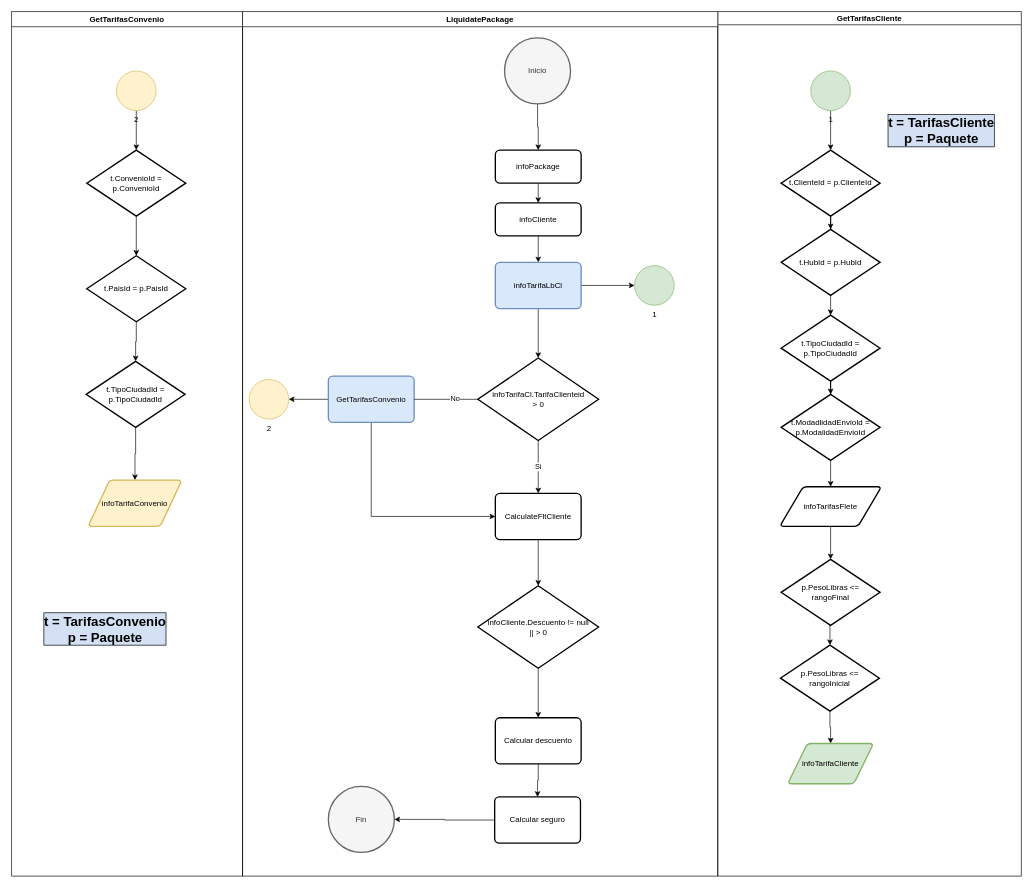
Above: LiquidatePackage.drawio in lleal24/W3School-HTML (draw.io), before the change. Source tidied: cells renumbered, new cells numbered last; positions are measured from the earlier drawing's top-left corner, leaving out a move shared by most shapes. Both pictures are drawn from the tidied source at 66%, with x=0, y=0 at pixel (11, 11).
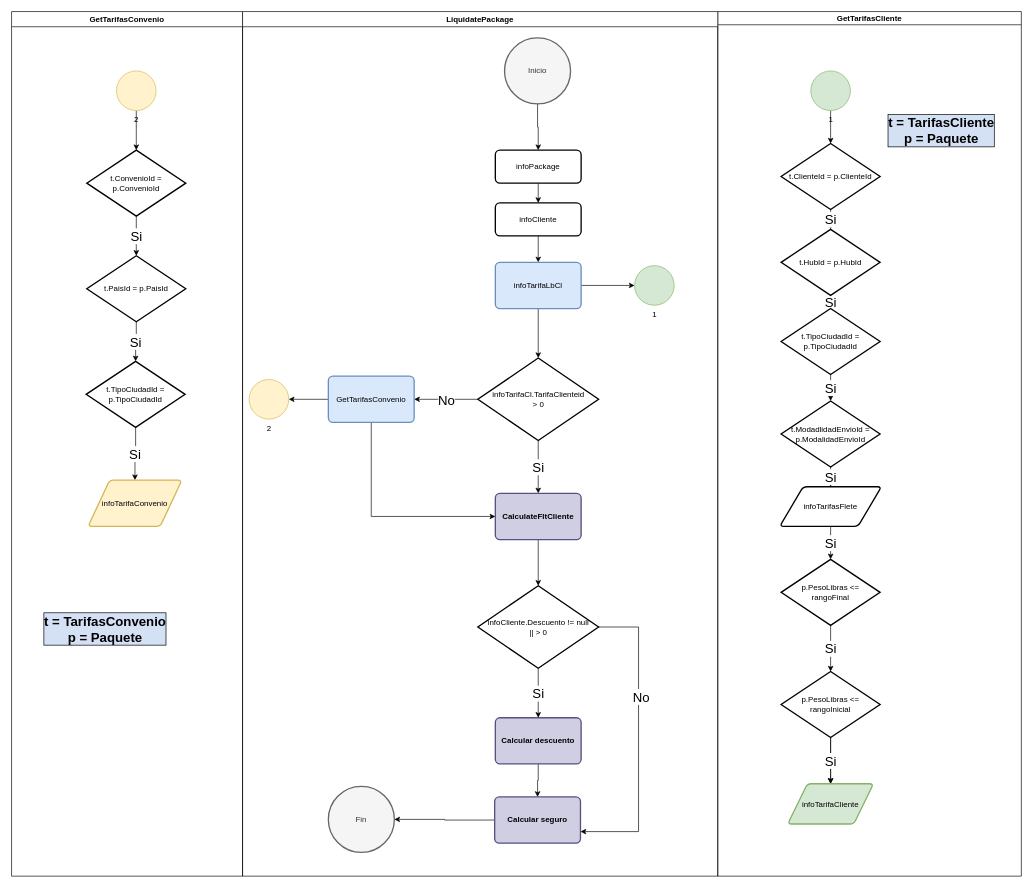
The same diagram, later.

The change refers to these unchanged cells:
```xml
<mxCell id="15" value="t.HubId = p.HubId" style="strokeWidth=2;html=1;shape=mxgraph.flowchart.decision;whiteSpace=wrap;" parent="1" vertex="1">
  <mxGeometry x="1166" y="330" width="150" height="100" as="geometry" />
</mxCell>
<mxCell id="21" value="infoTarifasFlete" style="shape=parallelogram;html=1;strokeWidth=2;perimeter=parallelogramPerimeter;whiteSpace=wrap;rounded=1;arcSize=12;size=0.23;" parent="1" vertex="1">
  <mxGeometry x="1164" y="720" width="154" height="60" as="geometry" />
</mxCell>
<mxCell id="23" value="&lt;div&gt;p.PesoLibras &amp;lt;= &lt;br&gt;&lt;/div&gt;&lt;div&gt;rangoFinal&lt;br&gt;&lt;/div&gt;" style="strokeWidth=2;html=1;shape=mxgraph.flowchart.decision;whiteSpace=wrap;" parent="1" vertex="1">
  <mxGeometry x="1166" y="830" width="150" height="100" as="geometry" />
</mxCell>
<mxCell id="28" value="&lt;div&gt;infoTarifaCl.TarifaClienteid &lt;br&gt;&lt;/div&gt;&lt;div&gt;&amp;gt; 0&lt;br&gt;&lt;/div&gt;" style="strokeWidth=2;html=1;shape=mxgraph.flowchart.decision;whiteSpace=wrap;" parent="1" vertex="1">
  <mxGeometry x="706.5" y="525" width="183" height="125" as="geometry" />
</mxCell>
<mxCell id="32" value="&lt;div&gt;infoCliente.Descuento != null&lt;/div&gt;&lt;div&gt;|| &amp;gt; 0&lt;br&gt;&lt;/div&gt;" style="strokeWidth=2;html=1;shape=mxgraph.flowchart.decision;whiteSpace=wrap;" parent="1" vertex="1">
  <mxGeometry x="706.5" y="870" width="183" height="125" as="geometry" />
</mxCell>
<mxCell id="36" value="GetTarifasCliente" style="swimlane;startSize=20;" parent="1" vertex="1">
  <mxGeometry x="1070" width="460" height="1310" as="geometry" />
</mxCell>
<mxCell id="41" value="t.ConvenioId = p.ConvenioId" style="strokeWidth=2;html=1;shape=mxgraph.flowchart.decision;whiteSpace=wrap;" parent="1" vertex="1">
  <mxGeometry x="114" y="210" width="150" height="100" as="geometry" />
</mxCell>
<mxCell id="42" value="GetTarifasConvenio" style="swimlane;" parent="1" vertex="1">
  <mxGeometry width="350" height="1310" as="geometry" />
</mxCell>
<mxCell id="44" value="t.PaisId = p.PaisId" style="strokeWidth=2;html=1;shape=mxgraph.flowchart.decision;whiteSpace=wrap;" parent="42" vertex="1">
  <mxGeometry x="114" y="370" width="150" height="100" as="geometry" />
</mxCell>
<mxCell id="46" value="t.TipoCiudadId = p.TipoCiudadId" style="strokeWidth=2;html=1;shape=mxgraph.flowchart.decision;whiteSpace=wrap;" parent="42" vertex="1">
  <mxGeometry x="113" y="530" width="150" height="100" as="geometry" />
</mxCell>
<mxCell id="47" value="infoTarifaConvenio" style="shape=parallelogram;html=1;strokeWidth=2;perimeter=parallelogramPerimeter;whiteSpace=wrap;rounded=1;arcSize=12;size=0.23;fillColor=#fff2cc;strokeColor=#d6b656;" parent="42" vertex="1">
  <mxGeometry x="116" y="710" width="142" height="70" as="geometry" />
</mxCell>
<mxCell id="49" value="LiquidatePackage" style="swimlane;" parent="1" vertex="1">
  <mxGeometry x="350" width="720" height="1310" as="geometry" />
</mxCell>
<mxCell id="53" value="GetTarifasConvenio" style="rounded=1;whiteSpace=wrap;html=1;absoluteArcSize=1;arcSize=14;strokeWidth=2;fillColor=#dae8fc;strokeColor=#6c8ebf;" parent="49" vertex="1">
  <mxGeometry x="130" y="552.5" width="130" height="70" as="geometry" />
</mxCell>
```

Diff of the diagram source:
```diff
@@
-    <mxCell id="12" style="edgeStyle=orthogonalEdgeStyle;rounded=0;jettySize=auto;html=1;exitX=0.5;exitY=1;exitDx=0;exitDy=0;exitPerimeter=0;" parent="1" edge="1" source="13" target="15">
-      <mxGeometry relative="1" as="geometry" />
+    <mxCell id="12" value="Si" style="edgeStyle=orthogonalEdgeStyle;rounded=0;jettySize=auto;html=1;exitX=0.5;exitY=1;exitDx=0;exitDy=0;exitPerimeter=0;fontSize=20;" parent="1" edge="1" source="13" target="15">
+      <mxGeometry relative="1" as="geometry">
+        <Array as="points">
+          <mxPoint x="1241" y="310" />
+          <mxPoint x="1241" y="310" />
+        </Array>
+      </mxGeometry>
     </mxCell>
-    <mxCell id="13" value="t.ClienteId = p.ClienteId" style="strokeWidth=2;html=1;shape=mxgraph.flowchart.decision;whiteSpace=wrap;" parent="1" vertex="1">
-      <mxGeometry x="1166" y="210" width="150" height="100" as="geometry" />
-    </mxCell>
-    <mxCell id="14" style="edgeStyle=orthogonalEdgeStyle;rounded=0;jettySize=auto;html=1;exitX=0.5;exitY=1;exitDx=0;exitDy=0;exitPerimeter=0;entryX=0.5;entryY=0;entryDx=0;entryDy=0;entryPerimeter=0;" parent="1" edge="1" source="15" target="17">
+    <mxCell id="14" value="Si" style="edgeStyle=orthogonalEdgeStyle;rounded=0;jettySize=auto;html=1;exitX=0.5;exitY=1;exitDx=0;exitDy=0;exitPerimeter=0;entryX=0.5;entryY=0;entryDx=0;entryDy=0;entryPerimeter=0;fontSize=20;" parent="1" edge="1" source="15" target="17">
       <mxGeometry relative="1" as="geometry" />
     </mxCell>
@@
-    <mxCell id="16" style="edgeStyle=orthogonalEdgeStyle;rounded=0;jettySize=auto;html=1;exitX=0.5;exitY=1;exitDx=0;exitDy=0;exitPerimeter=0;" parent="1" edge="1" source="17" target="19">
-      <mxGeometry relative="1" as="geometry" />
-    </mxCell>
-    <mxCell id="17" value="t.TipoCiudadId = p.TipoCiudadId" style="strokeWidth=2;html=1;shape=mxgraph.flowchart.decision;whiteSpace=wrap;" parent="1" vertex="1">
-      <mxGeometry x="1166" y="460" width="150" height="100" as="geometry" />
-    </mxCell>
-    <mxCell id="18" style="edgeStyle=orthogonalEdgeStyle;rounded=0;jettySize=auto;html=1;exitX=0.5;exitY=1;exitDx=0;exitDy=0;exitPerimeter=0;" parent="1" edge="1" source="19" target="21">
+    <mxCell id="18" value="Si" style="edgeStyle=orthogonalEdgeStyle;rounded=0;jettySize=auto;html=1;exitX=0.5;exitY=1;exitDx=0;exitDy=0;exitPerimeter=0;fontSize=20;" parent="1" edge="1" source="19" target="21">
       <mxGeometry relative="1" as="geometry" />
     </mxCell>
-    <mxCell id="19" value="t.ModadlidadEnvioId = p.ModalidadEnvioId" style="strokeWidth=2;html=1;shape=mxgraph.flowchart.decision;whiteSpace=wrap;" parent="1" vertex="1">
-      <mxGeometry x="1166" y="580" width="150" height="100" as="geometry" />
-    </mxCell>
-    <mxCell id="20" style="edgeStyle=orthogonalEdgeStyle;rounded=0;jettySize=auto;html=1;exitX=0.5;exitY=1;exitDx=0;exitDy=0;entryX=0.5;entryY=0;entryDx=0;entryDy=0;entryPerimeter=0;" parent="1" edge="1" source="21" target="23">
+    <mxCell id="20" value="Si" style="edgeStyle=orthogonalEdgeStyle;rounded=0;jettySize=auto;html=1;exitX=0.5;exitY=1;exitDx=0;exitDy=0;entryX=0.5;entryY=0;entryDx=0;entryDy=0;entryPerimeter=0;fontSize=20;" parent="1" edge="1" source="21" target="23">
       <mxGeometry relative="1" as="geometry" />
     </mxCell>
@@
-    <mxCell id="22" style="edgeStyle=orthogonalEdgeStyle;rounded=0;jettySize=auto;html=1;exitX=0.5;exitY=1;exitDx=0;exitDy=0;exitPerimeter=0;entryX=0.5;entryY=0;entryDx=0;entryDy=0;entryPerimeter=0;" parent="1" edge="1" source="23" target="25">
+    <mxCell id="22" value="Si" style="edgeStyle=orthogonalEdgeStyle;rounded=0;jettySize=auto;html=1;exitX=0.5;exitY=1;exitDx=0;exitDy=0;exitPerimeter=0;entryX=0.5;entryY=0;entryDx=0;entryDy=0;entryPerimeter=0;fontSize=20;" parent="1" edge="1" source="23" target="25">
       <mxGeometry relative="1" as="geometry" />
     </mxCell>
@@
-    <mxCell id="24" style="edgeStyle=orthogonalEdgeStyle;rounded=0;jettySize=auto;html=1;exitX=0.5;exitY=1;exitDx=0;exitDy=0;exitPerimeter=0;entryX=0.5;entryY=0;entryDx=0;entryDy=0;" parent="1" edge="1" source="25" target="26">
-      <mxGeometry relative="1" as="geometry" />
-    </mxCell>
-    <mxCell id="25" value="&lt;div&gt;p.PesoLibras &amp;lt;= &lt;br&gt;&lt;/div&gt;&lt;div&gt;rangoInicial&lt;br&gt;&lt;/div&gt;" style="strokeWidth=2;html=1;shape=mxgraph.flowchart.decision;whiteSpace=wrap;" parent="1" vertex="1">
-      <mxGeometry x="1165" y="960" width="150" height="100" as="geometry" />
-    </mxCell>
-    <mxCell id="26" value="infoTarifaCliente" style="shape=parallelogram;html=1;strokeWidth=2;perimeter=parallelogramPerimeter;whiteSpace=wrap;rounded=1;arcSize=12;size=0.23;fillColor=#d5e8d4;strokeColor=#82b366;" parent="1" vertex="1">
-      <mxGeometry x="1176" y="1109" width="130" height="61" as="geometry" />
-    </mxCell>
-    <mxCell id="27" value="Si" style="edgeStyle=orthogonalEdgeStyle;rounded=0;jettySize=auto;html=1;exitX=0.5;exitY=1;exitDx=0;exitDy=0;exitPerimeter=0;" parent="1" edge="1" source="28" target="30">
+    <mxCell id="27" value="Si" style="edgeStyle=orthogonalEdgeStyle;rounded=0;jettySize=auto;html=1;exitX=0.5;exitY=1;exitDx=0;exitDy=0;exitPerimeter=0;fontSize=20;" parent="1" edge="1" source="28" target="30">
       <mxGeometry relative="1" as="geometry" />
     </mxCell>
+    <mxCell id="58" value="No" style="edgeStyle=orthogonalEdgeStyle;rounded=0;jettySize=auto;html=1;exitX=0;exitY=0.5;exitDx=0;exitDy=0;exitPerimeter=0;fontSize=20;" parent="1" edge="1" source="28" target="53">
+      <mxGeometry relative="1" as="geometry" />
+    </mxCell>
@@
-    <mxCell id="30" value="CalculateFltCliente" style="rounded=1;whiteSpace=wrap;html=1;absoluteArcSize=1;arcSize=14;strokeWidth=2;" parent="1" vertex="1">
+    <mxCell id="30" value="CalculateFltCliente" style="rounded=1;whiteSpace=wrap;html=1;absoluteArcSize=1;arcSize=14;strokeWidth=2;fillColor=#d0cee2;strokeColor=#56517e;fontStyle=1;" parent="1" vertex="1">
       <mxGeometry x="733" y="730" width="130" height="70" as="geometry" />
     </mxCell>
-    <mxCell id="31" style="edgeStyle=orthogonalEdgeStyle;rounded=0;jettySize=auto;html=1;exitX=0.5;exitY=1;exitDx=0;exitDy=0;exitPerimeter=0;" parent="1" edge="1" source="32" target="34">
+    <mxCell id="31" value="Si" style="edgeStyle=orthogonalEdgeStyle;rounded=0;jettySize=auto;html=1;exitX=0.5;exitY=1;exitDx=0;exitDy=0;exitPerimeter=0;fontSize=20;" parent="1" edge="1" source="32" target="34">
       <mxGeometry relative="1" as="geometry" />
     </mxCell>
+    <mxCell id="60" style="edgeStyle=orthogonalEdgeStyle;rounded=0;jettySize=auto;html=1;exitX=1;exitY=0.5;exitDx=0;exitDy=0;exitPerimeter=0;entryX=1;entryY=0.75;entryDx=0;entryDy=0;fontSize=20;" parent="1" edge="1" source="32" target="57">
+      <mxGeometry relative="1" as="geometry">
+        <Array as="points">
+          <mxPoint x="950" y="933" />
+          <mxPoint x="950" y="1243" />
+        </Array>
+      </mxGeometry>
+    </mxCell>
+    <mxCell id="61" value="No" style="edgeLabel;html=1;align=center;verticalAlign=middle;fontSize=20;" parent="60" vertex="1">
+      <mxGeometry x="-0.28" y="3" relative="1" as="geometry" />
+    </mxCell>
@@
-    <mxCell id="34" value="Calcular descuento" style="rounded=1;whiteSpace=wrap;html=1;absoluteArcSize=1;arcSize=14;strokeWidth=2;" parent="1" vertex="1">
+    <mxCell id="34" value="Calcular descuento" style="rounded=1;whiteSpace=wrap;html=1;absoluteArcSize=1;arcSize=14;strokeWidth=2;fillColor=#d0cee2;strokeColor=#56517e;fontStyle=1;" parent="1" vertex="1">
       <mxGeometry x="733" y="1070" width="130" height="70" as="geometry" />
     </mxCell>
@@
+    <mxCell id="26" value="infoTarifaCliente" style="shape=parallelogram;html=1;strokeWidth=2;perimeter=parallelogramPerimeter;whiteSpace=wrap;rounded=1;arcSize=12;size=0.23;fillColor=#d5e8d4;strokeColor=#82b366;" parent="36" vertex="1">
+      <mxGeometry x="106" y="1170" width="130" height="61" as="geometry" />
+    </mxCell>
+    <mxCell id="25" value="&lt;div&gt;p.PesoLibras &amp;lt;= &lt;br&gt;&lt;/div&gt;&lt;div&gt;rangoInicial&lt;br&gt;&lt;/div&gt;" style="strokeWidth=2;html=1;shape=mxgraph.flowchart.decision;whiteSpace=wrap;" parent="36" vertex="1">
+      <mxGeometry x="96" y="1000" width="150" height="100" as="geometry" />
+    </mxCell>
+    <mxCell id="24" style="edgeStyle=orthogonalEdgeStyle;rounded=0;jettySize=auto;html=1;exitX=0.5;exitY=1;exitDx=0;exitDy=0;exitPerimeter=0;entryX=0.5;entryY=0;entryDx=0;entryDy=0;" parent="36" edge="1" source="25" target="26">
+      <mxGeometry relative="1" as="geometry" />
+    </mxCell>
+    <mxCell id="62" value="Si" style="edgeStyle=orthogonalEdgeStyle;rounded=0;jettySize=auto;html=1;fontSize=20;" parent="36" edge="1" source="25" target="26">
+      <mxGeometry relative="1" as="geometry">
+        <Array as="points">
+          <mxPoint x="171" y="1085" />
+          <mxPoint x="171" y="1085" />
+        </Array>
+      </mxGeometry>
+    </mxCell>
+    <mxCell id="17" value="t.TipoCiudadId = p.TipoCiudadId" style="strokeWidth=2;html=1;shape=mxgraph.flowchart.decision;whiteSpace=wrap;" parent="36" vertex="1">
+      <mxGeometry x="96" y="450" width="150" height="100" as="geometry" />
+    </mxCell>
+    <mxCell id="13" value="t.ClienteId = p.ClienteId" style="strokeWidth=2;html=1;shape=mxgraph.flowchart.decision;whiteSpace=wrap;" parent="36" vertex="1">
+      <mxGeometry x="96" y="200" width="150" height="100" as="geometry" />
+    </mxCell>
+    <mxCell id="19" value="t.ModadlidadEnvioId = p.ModalidadEnvioId" style="strokeWidth=2;html=1;shape=mxgraph.flowchart.decision;whiteSpace=wrap;" parent="36" vertex="1">
+      <mxGeometry x="96" y="590" width="150" height="100" as="geometry" />
+    </mxCell>
+    <mxCell id="16" value="Si" style="edgeStyle=orthogonalEdgeStyle;rounded=0;jettySize=auto;html=1;exitX=0.5;exitY=1;exitDx=0;exitDy=0;exitPerimeter=0;fontSize=20;" parent="36" edge="1" source="17" target="19">
+      <mxGeometry relative="1" as="geometry">
+        <Array as="points">
+          <mxPoint x="171" y="560" />
+          <mxPoint x="171" y="560" />
+        </Array>
+      </mxGeometry>
+    </mxCell>
@@
-    <mxCell id="40" style="edgeStyle=orthogonalEdgeStyle;rounded=0;jettySize=auto;html=1;exitX=0.5;exitY=1;exitDx=0;exitDy=0;exitPerimeter=0;entryX=0.5;entryY=0;entryDx=0;entryDy=0;entryPerimeter=0;" parent="1" edge="1" source="41" target="44">
+    <mxCell id="40" value="&lt;font style=&quot;font-size: 20px;&quot;&gt;Si&lt;/font&gt;" style="edgeStyle=orthogonalEdgeStyle;rounded=0;jettySize=auto;html=1;exitX=0.5;exitY=1;exitDx=0;exitDy=0;exitPerimeter=0;entryX=0.5;entryY=0;entryDx=0;entryDy=0;entryPerimeter=0;" parent="1" edge="1" source="41" target="44">
       <mxGeometry relative="1" as="geometry" />
     </mxCell>
@@
-    <mxCell id="43" style="edgeStyle=orthogonalEdgeStyle;rounded=0;jettySize=auto;html=1;exitX=0.5;exitY=1;exitDx=0;exitDy=0;exitPerimeter=0;entryX=0.5;entryY=0;entryDx=0;entryDy=0;entryPerimeter=0;" parent="42" edge="1" source="44" target="46">
+    <mxCell id="43" value="&lt;font style=&quot;font-size: 20px;&quot;&gt;Si&lt;/font&gt;" style="edgeStyle=orthogonalEdgeStyle;rounded=0;jettySize=auto;html=1;exitX=0.5;exitY=1;exitDx=0;exitDy=0;exitPerimeter=0;entryX=0.5;entryY=0;entryDx=0;entryDy=0;entryPerimeter=0;" parent="42" edge="1" source="44" target="46">
       <mxGeometry relative="1" as="geometry" />
     </mxCell>
@@
-    <mxCell id="45" style="edgeStyle=orthogonalEdgeStyle;rounded=0;jettySize=auto;html=1;exitX=0.5;exitY=1;exitDx=0;exitDy=0;exitPerimeter=0;entryX=0.5;entryY=0;entryDx=0;entryDy=0;" parent="42" edge="1" source="46" target="47">
+    <mxCell id="45" value="&lt;font style=&quot;font-size: 20px;&quot;&gt;Si&lt;/font&gt;" style="edgeStyle=orthogonalEdgeStyle;rounded=0;jettySize=auto;html=1;exitX=0.5;exitY=1;exitDx=0;exitDy=0;exitPerimeter=0;entryX=0.5;entryY=0;entryDx=0;entryDy=0;" parent="42" edge="1" source="46" target="47">
       <mxGeometry relative="1" as="geometry" />
     </mxCell>
@@
-    <mxCell id="57" value="Calcular seguro" style="rounded=1;whiteSpace=wrap;html=1;absoluteArcSize=1;arcSize=14;strokeWidth=2;" parent="49" vertex="1">
+    <mxCell id="57" value="Calcular seguro" style="rounded=1;whiteSpace=wrap;html=1;absoluteArcSize=1;arcSize=14;strokeWidth=2;fillColor=#d0cee2;strokeColor=#56517e;fontStyle=1;" parent="49" vertex="1">
       <mxGeometry x="382" y="1190" width="130" height="70" as="geometry" />
     </mxCell>
-    <mxCell id="58" style="edgeStyle=orthogonalEdgeStyle;rounded=0;jettySize=auto;html=1;exitX=0;exitY=0.5;exitDx=0;exitDy=0;exitPerimeter=0;endArrow=none;" parent="1" edge="1" source="28" target="53">
-      <mxGeometry relative="1" as="geometry" />
-    </mxCell>
-    <mxCell id="59" value="No" style="edgeLabel;html=1;align=center;verticalAlign=middle;" parent="58" vertex="1">
-      <mxGeometry x="-0.28" y="-2" relative="1" as="geometry" />
-    </mxCell>
```
